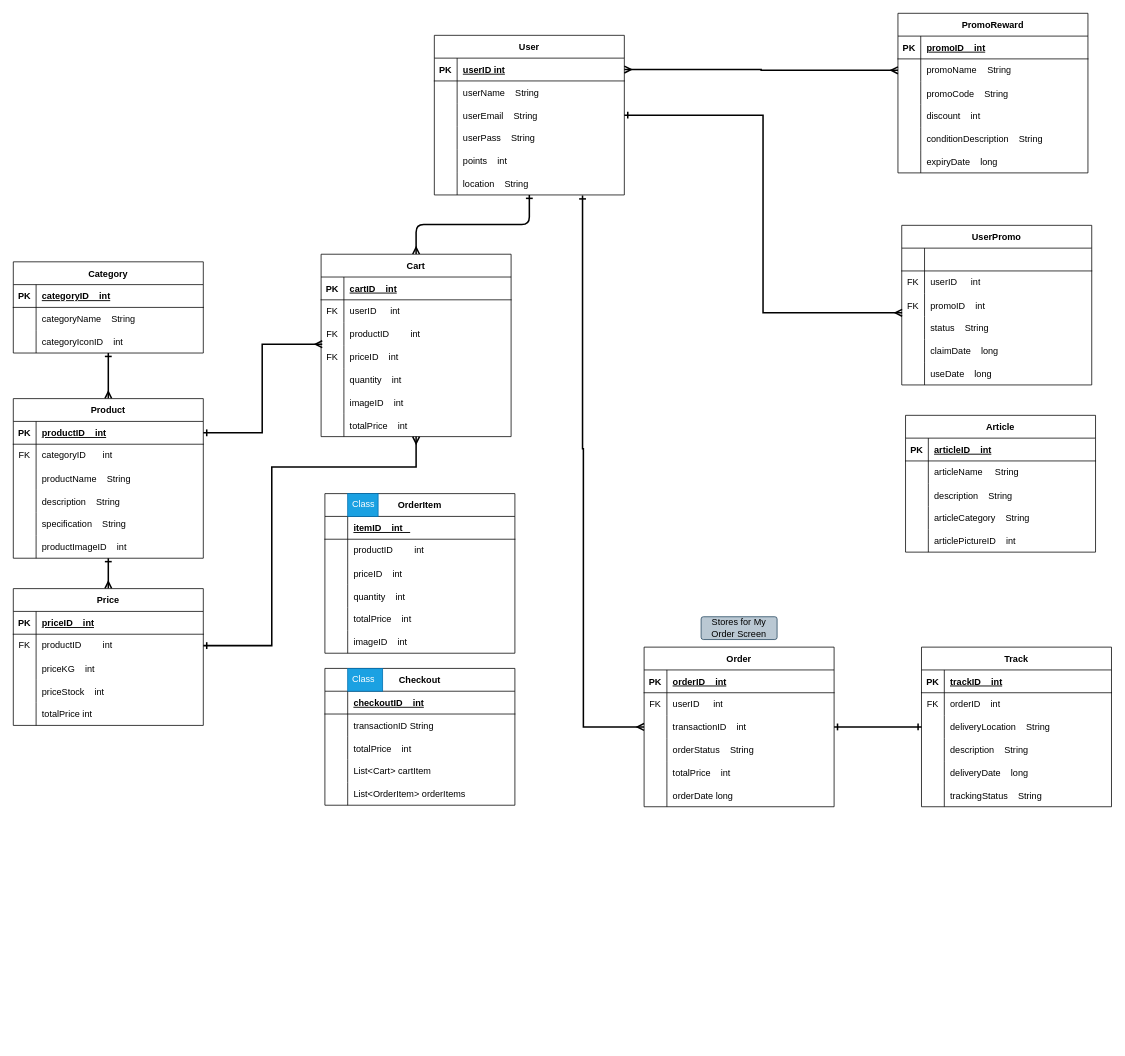
The draw.io diagram ERD.drawio in DevX300/TaniMart-UML, before the edit. Source tidied: cells renumbered, new cells numbered last; positions are measured from the earlier drawing's top-left corner, leaving out a move shared by most shapes. Both pictures are drawn from the tidied source at 76%, with x=0, y=0 at pixel (13, 13).
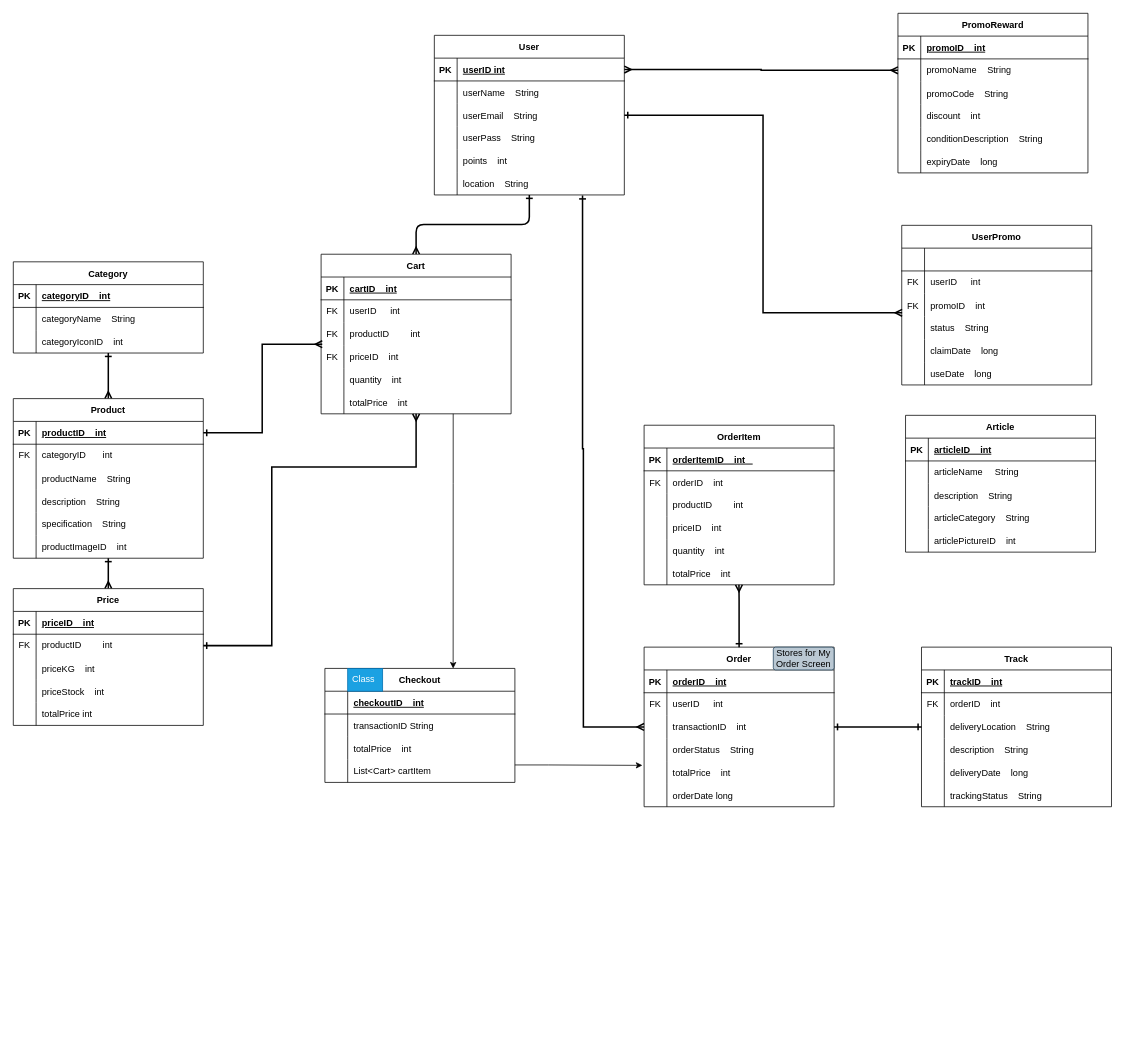
The same diagram, later.

The change refers to these unchanged cells:
```xml
<mxCell id="96" style="shape=partialRectangle;fillColor=none;top=0;left=0;right=0;bottom=1;" parent="95" vertex="1">
  <mxGeometry y="30" width="250" height="30" as="geometry" />
</mxCell>
<mxCell id="130" value="Order" style="shape=table;startSize=30;childLayout=tableLayout;rowLines=0;fontStyle=1;align=center;" parent="1" vertex="1">
  <mxGeometry x="830" y="834" width="250" height="210" as="geometry" />
</mxCell>
<mxCell id="140" style="shape=tableRow;horizontal=0;startSize=0;swimlaneHead=0;swimlaneBody=0;fillColor=none;points=[[0,0.5],[1,0.5]];portConstraint=eastwest;top=0;left=0;right=0;bottom=0;" parent="130" vertex="1">
  <mxGeometry y="120" width="250" height="30" as="geometry" />
</mxCell>
```

Change to the diagram source:
```diff
@@
     <mxCell id="71" value="Cart" style="shape=table;startSize=30;childLayout=tableLayout;rowLines=0;fontStyle=1;align=center;" parent="1" vertex="1">
-      <mxGeometry x="405" y="317" width="250" height="240" as="geometry" />
+      <mxGeometry x="405" y="317" width="250" height="210" as="geometry" />
     </mxCell>
@@
-    <mxCell id="87" style="shape=tableRow;horizontal=0;startSize=0;swimlaneHead=0;swimlaneBody=0;fillColor=none;top=0;left=0;right=0;bottom=0;" parent="71" vertex="1">
-      <mxGeometry y="180" width="250" height="30" as="geometry" />
-    </mxCell>
-    <mxCell id="88" style="shape=partialRectangle;fillColor=none;top=0;left=0;bottom=0;right=0;overflow=hidden;" parent="87" vertex="1">
-      <mxGeometry width="30" height="30" as="geometry" />
-    </mxCell>
-    <mxCell id="89" value="imageID    int" style="shape=partialRectangle;fillColor=none;top=0;left=0;bottom=0;right=0;align=left;spacingLeft=6;overflow=hidden;" parent="87" vertex="1">
-      <mxGeometry x="30" width="220" height="30" as="geometry" />
-    </mxCell>
     <mxCell id="90" style="shape=tableRow;horizontal=0;startSize=0;swimlaneHead=0;swimlaneBody=0;fillColor=none;points=[[0,0.5],[1,0.5]];portConstraint=eastwest;top=0;left=0;right=0;bottom=0;" parent="71" vertex="1">
-      <mxGeometry y="210" width="250" height="30" as="geometry" />
+      <mxGeometry y="180" width="250" height="30" as="geometry" />
     </mxCell>
@@
     <mxCell id="95" value="OrderItem" style="shape=table;startSize=30;childLayout=tableLayout;rowLines=0;fontStyle=1;align=center;" parent="1" vertex="1">
-      <mxGeometry x="410" y="632" width="250" height="210" as="geometry" />
+      <mxGeometry x="830" y="542" width="250" height="210" as="geometry" />
     </mxCell>
@@
-    <mxCell id="97" style="shape=partialRectangle;overflow=hidden;fillColor=none;top=0;left=0;bottom=0;right=0;fontStyle=1;" parent="96" vertex="1">
+    <mxCell id="97" value="PK" style="shape=partialRectangle;overflow=hidden;fillColor=none;top=0;left=0;bottom=0;right=0;fontStyle=1;" parent="96" vertex="1">
       <mxGeometry width="30" height="30" as="geometry" />
     </mxCell>
-    <mxCell id="98" value="itemID    int   " style="shape=partialRectangle;overflow=hidden;fillColor=none;top=0;left=0;bottom=0;right=0;align=left;spacingLeft=6;fontStyle=5;" parent="96" vertex="1">
+    <mxCell id="98" value="orderItemID    int   " style="shape=partialRectangle;overflow=hidden;fillColor=none;top=0;left=0;bottom=0;right=0;align=left;spacingLeft=6;fontStyle=5;" parent="96" vertex="1">
       <mxGeometry x="30" width="220" height="30" as="geometry" />
     </mxCell>
+    <mxCell id="111" style="shape=tableRow;horizontal=0;startSize=0;swimlaneHead=0;swimlaneBody=0;fillColor=none;top=0;left=0;right=0;bottom=0;" parent="95" vertex="1">
+      <mxGeometry y="60" width="250" height="30" as="geometry" />
+    </mxCell>
+    <mxCell id="112" value="FK" style="shape=partialRectangle;fillColor=none;top=0;left=0;bottom=0;right=0;overflow=hidden;" parent="111" vertex="1">
+      <mxGeometry width="30" height="30" as="geometry" />
+    </mxCell>
+    <mxCell id="113" value="orderID    int" style="shape=partialRectangle;fillColor=none;top=0;left=0;bottom=0;right=0;align=left;spacingLeft=6;overflow=hidden;" parent="111" vertex="1">
+      <mxGeometry x="30" width="220" height="30" as="geometry" />
+    </mxCell>
     <mxCell id="99" style="shape=tableRow;horizontal=0;startSize=0;swimlaneHead=0;swimlaneBody=0;fillColor=none;top=0;left=0;right=0;bottom=0;" parent="95" vertex="1">
-      <mxGeometry y="60" width="250" height="30" as="geometry" />
+      <mxGeometry y="90" width="250" height="30" as="geometry" />
     </mxCell>
@@
     <mxCell id="102" style="shape=partialRectangle;fillColor=none;top=0;left=0;right=0;bottom=0;" parent="95" vertex="1">
-      <mxGeometry y="90" width="250" height="30" as="geometry" />
+      <mxGeometry y="120" width="250" height="30" as="geometry" />
     </mxCell>
@@
     <mxCell id="105" style="shape=tableRow;horizontal=0;startSize=0;swimlaneHead=0;swimlaneBody=0;fillColor=none;top=0;left=0;right=0;bottom=0;" parent="95" vertex="1">
-      <mxGeometry y="120" width="250" height="30" as="geometry" />
+      <mxGeometry y="150" width="250" height="30" as="geometry" />
     </mxCell>
@@
     <mxCell id="108" style="shape=tableRow;horizontal=0;startSize=0;swimlaneHead=0;swimlaneBody=0;fillColor=none;top=0;left=0;right=0;bottom=0;" parent="95" vertex="1">
-      <mxGeometry y="150" width="250" height="30" as="geometry" />
+      <mxGeometry y="180" width="250" height="30" as="geometry" />
     </mxCell>
@@
-    <mxCell id="111" style="shape=tableRow;horizontal=0;startSize=0;swimlaneHead=0;swimlaneBody=0;fillColor=none;top=0;left=0;right=0;bottom=0;" parent="95" vertex="1">
-      <mxGeometry y="180" width="250" height="30" as="geometry" />
-    </mxCell>
-    <mxCell id="112" style="shape=partialRectangle;fillColor=none;top=0;left=0;bottom=0;right=0;overflow=hidden;" parent="111" vertex="1">
-      <mxGeometry width="30" height="30" as="geometry" />
-    </mxCell>
-    <mxCell id="113" value="imageID    int" style="shape=partialRectangle;fillColor=none;top=0;left=0;bottom=0;right=0;align=left;spacingLeft=6;overflow=hidden;" parent="111" vertex="1">
-      <mxGeometry x="30" width="220" height="30" as="geometry" />
-    </mxCell>
     <mxCell id="114" value="Checkout" style="shape=table;startSize=30;childLayout=tableLayout;rowLines=0;fontStyle=1;align=center;" parent="1" vertex="1">
-      <mxGeometry x="410" y="862" width="250" height="180" as="geometry" />
+      <mxGeometry x="410" y="862" width="250" height="150" as="geometry" />
     </mxCell>
@@
-    <mxCell id="127" style="shape=tableRow;horizontal=0;startSize=0;swimlaneHead=0;swimlaneBody=0;fillColor=none;top=0;left=0;right=0;bottom=0;" parent="114" vertex="1">
-      <mxGeometry y="150" width="250" height="30" as="geometry" />
-    </mxCell>
-    <mxCell id="128" style="shape=partialRectangle;fillColor=none;top=0;left=0;bottom=0;right=0;overflow=hidden;" parent="127" vertex="1">
-      <mxGeometry width="30" height="30" as="geometry" />
-    </mxCell>
-    <mxCell id="129" value="List&lt;OrderItem&gt; orderItems" style="shape=partialRectangle;fillColor=none;top=0;left=0;bottom=0;right=0;align=left;spacingLeft=6;overflow=hidden;" parent="127" vertex="1">
-      <mxGeometry x="30" width="220" height="30" as="geometry" />
-    </mxCell>
@@
-    <mxCell id="206" value="Class" style="text;strokeColor=#006EAF;fillColor=#1ba1e2;spacingLeft=4;spacingRight=4;overflow=hidden;fontSize=12;whiteSpace=wrap;html=1;fontColor=#ffffff;" parent="1" vertex="1">
-      <mxGeometry x="440" y="632" width="40" height="30" as="geometry" />
-    </mxCell>
     <mxCell id="207" value="Stores for My Order Screen" style="rounded=1;arcSize=10;whiteSpace=wrap;html=1;align=center;fillColor=#bac8d3;strokeColor=#23445d;" parent="1" vertex="1">
-      <mxGeometry x="905" y="794" width="100" height="30" as="geometry" />
+      <mxGeometry x="1000" y="834" width="80" height="30" as="geometry" />
     </mxCell>
@@
+    <mxCell id="233" style="edgeStyle=orthogonalEdgeStyle;rounded=0;jettySize=auto;html=1;entryX=0.5;entryY=1.233;entryDx=0;entryDy=0;entryPerimeter=0;exitX=0.5;exitY=0;exitDx=0;exitDy=0;endArrow=ERmany;endFill=0;startArrow=ERone;startFill=0;strokeWidth=2;" parent="1" edge="1" source="130">
+      <mxGeometry relative="1" as="geometry">
+        <mxPoint x="954.8" y="752" as="targetPoint" />
+        <Array as="points">
+          <mxPoint x="955" y="772" />
+          <mxPoint x="954.8" y="772" />
+        </Array>
+      </mxGeometry>
+    </mxCell>
+    <mxCell id="234" style="edgeStyle=orthogonalEdgeStyle;rounded=0;jettySize=auto;html=1;entryX=-0.009;entryY=1.186;entryDx=0;entryDy=0;entryPerimeter=0;" parent="1" edge="1" source="114" target="140">
+      <mxGeometry relative="1" as="geometry">
+        <Array as="points">
+          <mxPoint x="704" y="989" />
+          <mxPoint x="704" y="989" />
+        </Array>
+      </mxGeometry>
+    </mxCell>
+    <mxCell id="235" style="edgeStyle=orthogonalEdgeStyle;rounded=0;jettySize=auto;html=1;entryX=0.675;entryY=0.001;entryDx=0;entryDy=0;entryPerimeter=0;" parent="1" edge="1" source="90" target="114">
+      <mxGeometry relative="1" as="geometry">
+        <Array as="points">
+          <mxPoint x="578.8" y="619" />
+          <mxPoint x="578.8" y="619" />
+        </Array>
+      </mxGeometry>
+    </mxCell>
```
